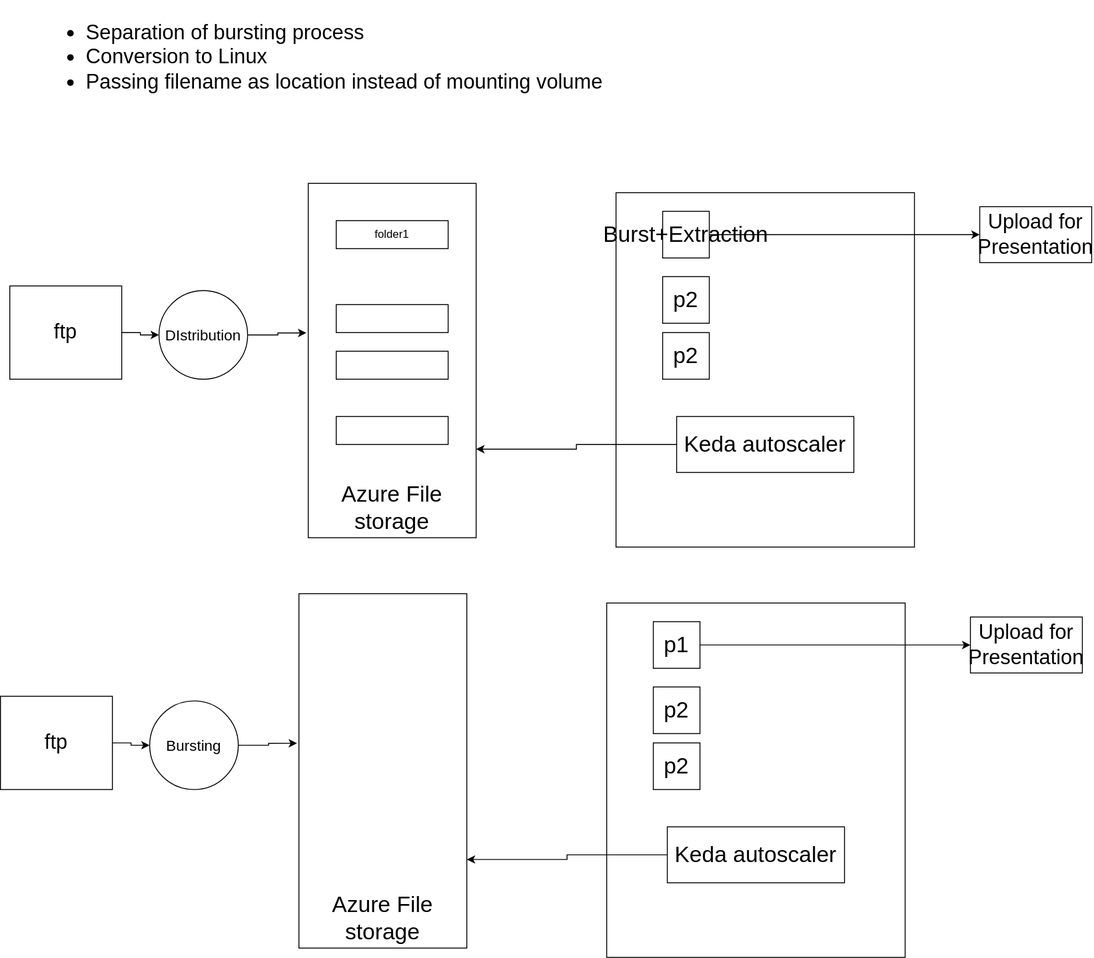
vjavle/invoicecloud keeps this draw.io diagram as pdfextractk8s.svg. Above is the earlier version. Source tidied: cells renumbered, new cells last; positions are measured from the earlier drawing's top-left corner, leaving out a move shared by most shapes.
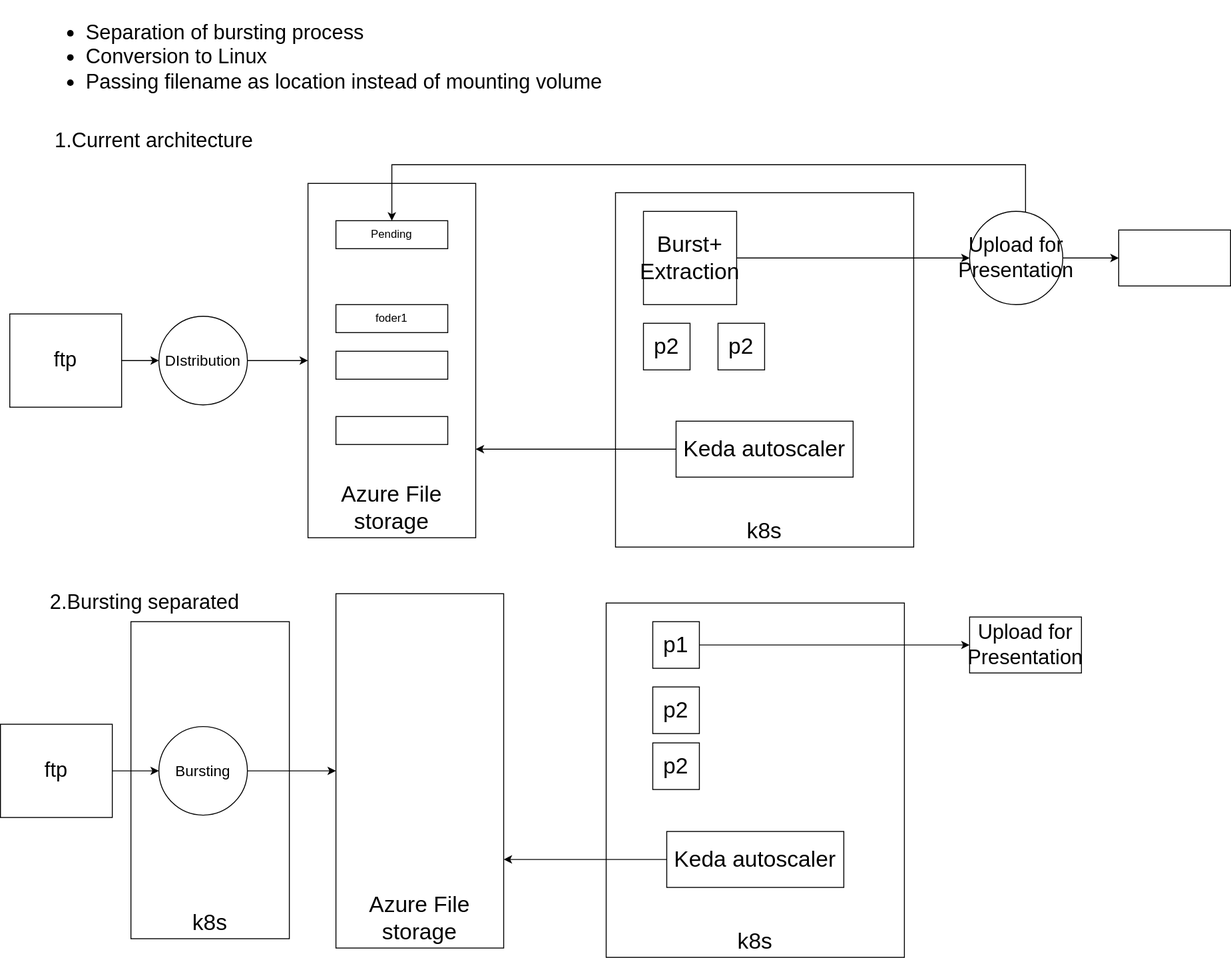
After the commit.

Change to the diagram source:
```diff
@@ -2,7 +2,10 @@
   <root>
     <mxCell id="0" />
     <mxCell id="1" parent="0" />
+    <mxCell id="33" value="k8s" style="rounded=0;whiteSpace=wrap;html=1;fontSize=24;verticalAlign=bottom;" parent="1" vertex="1">
+      <mxGeometry x="140" y="620" width="170" height="340" as="geometry" />
+    </mxCell>
-    <mxCell id="2" style="rounded=0;whiteSpace=wrap;html=1;fontSize=24;" parent="1" vertex="1">
+    <mxCell id="2" value="k8s" style="rounded=0;whiteSpace=wrap;html=1;fontSize=24;verticalAlign=bottom;" parent="1" vertex="1">
       <mxGeometry x="660" y="160" width="320" height="380" as="geometry" />
     </mxCell>
     <mxCell id="3" value="Azure File storage" style="rounded=0;whiteSpace=wrap;html=1;verticalAlign=bottom;fontSize=24;" parent="1" vertex="1">
@@ -12,12 +15,12 @@
       <mxGeometry relative="1" as="geometry" />
     </mxCell>
     <mxCell id="5" value="ftp" style="rounded=0;whiteSpace=wrap;html=1;fontSize=22;" parent="1" vertex="1">
-      <mxGeometry x="10" y="260" width="120" height="100" as="geometry" />
+      <mxGeometry x="10" y="290" width="120" height="100" as="geometry" />
     </mxCell>
-    <mxCell id="6" value="folder1" style="rounded=0;whiteSpace=wrap;html=1;" parent="1" vertex="1">
+    <mxCell id="6" value="Pending" style="rounded=0;whiteSpace=wrap;html=1;" parent="1" vertex="1">
       <mxGeometry x="360" y="190" width="120" height="30" as="geometry" />
     </mxCell>
-    <mxCell id="7" style="rounded=0;whiteSpace=wrap;html=1;" parent="1" vertex="1">
+    <mxCell id="7" value="foder1" style="rounded=0;whiteSpace=wrap;html=1;" parent="1" vertex="1">
       <mxGeometry x="360" y="280" width="120" height="30" as="geometry" />
     </mxCell>
     <mxCell id="8" style="rounded=0;whiteSpace=wrap;html=1;" parent="1" vertex="1">
@@ -26,53 +29,58 @@
     <mxCell id="9" style="rounded=0;whiteSpace=wrap;html=1;" parent="1" vertex="1">
       <mxGeometry x="360" y="400" width="120" height="30" as="geometry" />
     </mxCell>
-    <mxCell id="10" style="edgeStyle=orthogonalEdgeStyle;rounded=0;jettySize=auto;html=1;entryX=-0.011;entryY=0.422;entryDx=0;entryDy=0;entryPerimeter=0;fontSize=22;" parent="1" edge="1" source="11" target="3">
+    <mxCell id="10" style="edgeStyle=orthogonalEdgeStyle;rounded=0;jettySize=auto;html=1;fontSize=22;" parent="1" edge="1" source="11" target="3">
       <mxGeometry relative="1" as="geometry" />
     </mxCell>
     <mxCell id="11" value="DIstribution" style="ellipse;whiteSpace=wrap;html=1;fontSize=16;" parent="1" vertex="1">
-      <mxGeometry x="170" y="265" width="95" height="95" as="geometry" />
+      <mxGeometry x="170" y="292.5" width="95" height="95" as="geometry" />
     </mxCell>
     <mxCell id="12" style="edgeStyle=orthogonalEdgeStyle;rounded=0;jettySize=auto;html=1;entryX=0;entryY=0.5;entryDx=0;entryDy=0;fontSize=22;" parent="1" edge="1" source="13" target="18">
       <mxGeometry relative="1" as="geometry" />
     </mxCell>
-    <mxCell id="13" value="Burst+Extraction" style="whiteSpace=wrap;html=1;fontSize=24;" parent="1" vertex="1">
-      <mxGeometry x="710" y="180" width="50" height="50" as="geometry" />
+    <mxCell id="13" value="Burst+&lt;br&gt;Extraction" style="whiteSpace=wrap;html=1;fontSize=24;" parent="1" vertex="1">
+      <mxGeometry x="690" y="180" width="100" height="100" as="geometry" />
     </mxCell>
     <mxCell id="14" value="p2" style="whiteSpace=wrap;html=1;fontSize=24;" parent="1" vertex="1">
-      <mxGeometry x="710" y="310" width="50" height="50" as="geometry" />
+      <mxGeometry x="770" y="300" width="50" height="50" as="geometry" />
     </mxCell>
     <mxCell id="15" style="edgeStyle=orthogonalEdgeStyle;rounded=0;jettySize=auto;html=1;entryX=1;entryY=0.75;entryDx=0;entryDy=0;fontSize=24;" parent="1" edge="1" source="16" target="3">
       <mxGeometry relative="1" as="geometry" />
     </mxCell>
     <mxCell id="16" value="Keda autoscaler" style="rounded=0;whiteSpace=wrap;html=1;fontSize=24;" parent="1" vertex="1">
-      <mxGeometry x="725" y="400" width="190" height="60" as="geometry" />
+      <mxGeometry x="725" y="405" width="190" height="60" as="geometry" />
     </mxCell>
     <mxCell id="17" value="p2" style="whiteSpace=wrap;html=1;fontSize=24;" parent="1" vertex="1">
-      <mxGeometry x="710" y="250" width="50" height="50" as="geometry" />
+      <mxGeometry x="690" y="300" width="50" height="50" as="geometry" />
     </mxCell>
-    <mxCell id="18" value="Upload for Presentation" style="rounded=0;whiteSpace=wrap;html=1;fontSize=22;" parent="1" vertex="1">
-      <mxGeometry x="1050" y="175" width="120" height="60" as="geometry" />
-    </mxCell>
+    <mxCell id="34" style="edgeStyle=orthogonalEdgeStyle;rounded=0;jettySize=auto;html=1;entryX=0.5;entryY=0;entryDx=0;entryDy=0;fontSize=22;" parent="1" edge="1" source="18" target="6">
+      <mxGeometry relative="1" as="geometry">
+        <Array as="points">
+          <mxPoint x="1100" y="130" />
+          <mxPoint x="420" y="130" />
+        </Array>
+      </mxGeometry>
+    </mxCell>
     <mxCell id="19" value="&lt;ul&gt;&lt;li&gt;Separation of bursting process&lt;/li&gt;&lt;li&gt;Conversion to Linux&lt;/li&gt;&lt;li&gt;Passing filename as location instead of mounting volume&lt;/li&gt;&lt;/ul&gt;" style="text;html=1;strokeColor=none;fillColor=none;align=left;verticalAlign=middle;whiteSpace=wrap;rounded=0;fontSize=22;" parent="1" vertex="1">
       <mxGeometry x="50" width="660" height="30" as="geometry" />
     </mxCell>
-    <mxCell id="20" style="rounded=0;whiteSpace=wrap;html=1;fontSize=24;" parent="1" vertex="1">
+    <mxCell id="20" value="k8s" style="rounded=0;whiteSpace=wrap;html=1;fontSize=24;verticalAlign=bottom;" parent="1" vertex="1">
       <mxGeometry x="650" y="600" width="320" height="380" as="geometry" />
     </mxCell>
     <mxCell id="21" value="Azure File storage" style="rounded=0;whiteSpace=wrap;html=1;verticalAlign=bottom;fontSize=24;" parent="1" vertex="1">
-      <mxGeometry x="320" y="590" width="180" height="380" as="geometry" />
+      <mxGeometry x="360" y="590" width="180" height="380" as="geometry" />
     </mxCell>
     <mxCell id="22" style="edgeStyle=orthogonalEdgeStyle;rounded=0;jettySize=auto;html=1;entryX=0;entryY=0.5;entryDx=0;entryDy=0;" parent="1" edge="1" source="23" target="25">
       <mxGeometry relative="1" as="geometry" />
     </mxCell>
     <mxCell id="23" value="ftp" style="rounded=0;whiteSpace=wrap;html=1;fontSize=22;" parent="1" vertex="1">
-      <mxGeometry y="700" width="120" height="100" as="geometry" />
+      <mxGeometry y="730" width="120" height="100" as="geometry" />
     </mxCell>
-    <mxCell id="24" style="edgeStyle=orthogonalEdgeStyle;rounded=0;jettySize=auto;html=1;entryX=-0.011;entryY=0.422;entryDx=0;entryDy=0;entryPerimeter=0;fontSize=22;" parent="1" edge="1" source="25" target="21">
+    <mxCell id="24" style="edgeStyle=orthogonalEdgeStyle;rounded=0;jettySize=auto;html=1;fontSize=22;" parent="1" edge="1" source="25" target="21">
       <mxGeometry relative="1" as="geometry" />
     </mxCell>
     <mxCell id="25" value="Bursting" style="ellipse;whiteSpace=wrap;html=1;fontSize=16;" parent="1" vertex="1">
-      <mxGeometry x="160" y="705" width="95" height="95" as="geometry" />
+      <mxGeometry x="170" y="732.5" width="95" height="95" as="geometry" />
     </mxCell>
     <mxCell id="26" style="edgeStyle=orthogonalEdgeStyle;rounded=0;jettySize=auto;html=1;entryX=0;entryY=0.5;entryDx=0;entryDy=0;fontSize=22;" parent="1" edge="1" source="27" target="32">
       <mxGeometry relative="1" as="geometry" />
@@ -87,7 +95,7 @@
       <mxGeometry relative="1" as="geometry" />
     </mxCell>
     <mxCell id="30" value="Keda autoscaler" style="rounded=0;whiteSpace=wrap;html=1;fontSize=24;" parent="1" vertex="1">
-      <mxGeometry x="715" y="840" width="190" height="60" as="geometry" />
+      <mxGeometry x="715" y="845" width="190" height="60" as="geometry" />
     </mxCell>
     <mxCell id="31" value="p2" style="whiteSpace=wrap;html=1;fontSize=24;" parent="1" vertex="1">
       <mxGeometry x="700" y="690" width="50" height="50" as="geometry" />
@@ -95,5 +103,20 @@
     <mxCell id="32" value="Upload for Presentation" style="rounded=0;whiteSpace=wrap;html=1;fontSize=22;" parent="1" vertex="1">
       <mxGeometry x="1040" y="615" width="120" height="60" as="geometry" />
     </mxCell>
+    <mxCell id="35" value="1.Current architecture" style="text;html=1;strokeColor=none;fillColor=none;align=center;verticalAlign=middle;whiteSpace=wrap;rounded=0;fontSize=22;" parent="1" vertex="1">
+      <mxGeometry x="30" y="90" width="270" height="30" as="geometry" />
+    </mxCell>
+    <mxCell id="36" value="2.Bursting separated" style="text;html=1;strokeColor=none;fillColor=none;align=center;verticalAlign=middle;whiteSpace=wrap;rounded=0;fontSize=22;" parent="1" vertex="1">
+      <mxGeometry x="20" y="585" width="270" height="30" as="geometry" />
+    </mxCell>
+    <mxCell id="37" style="rounded=0;whiteSpace=wrap;html=1;fontSize=22;" parent="1" vertex="1">
+      <mxGeometry x="1200" y="200" width="120" height="60" as="geometry" />
+    </mxCell>
+    <mxCell id="38" style="edgeStyle=orthogonalEdgeStyle;rounded=0;jettySize=auto;html=1;fontSize=22;" parent="1" edge="1" source="18" target="37">
+      <mxGeometry relative="1" as="geometry" />
+    </mxCell>
+    <mxCell id="18" value="&lt;span&gt;Upload for Presentation&lt;/span&gt;" style="ellipse;whiteSpace=wrap;html=1;fontSize=22;" parent="1" vertex="1">
+      <mxGeometry x="1040" y="180" width="100" height="100" as="geometry" />
+    </mxCell>
   </root>
 </mxGraphModel>
```
